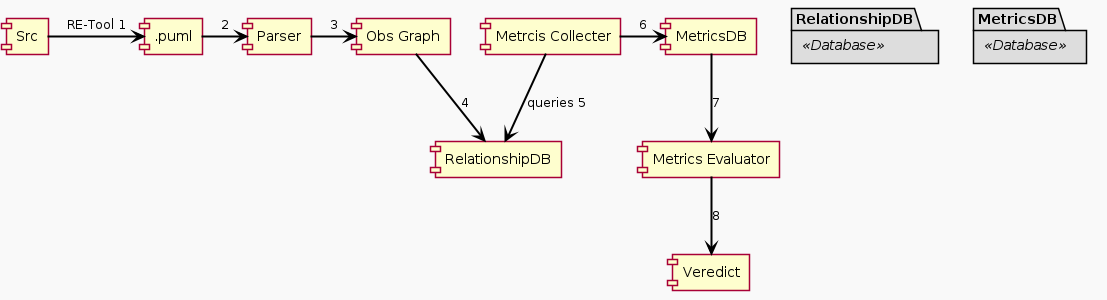
Above: Desing/ComunicationDiagram.png in GonzaloGarciaZurlo/CodeDesignDeltaEvaluator (PlantUML), before the change.
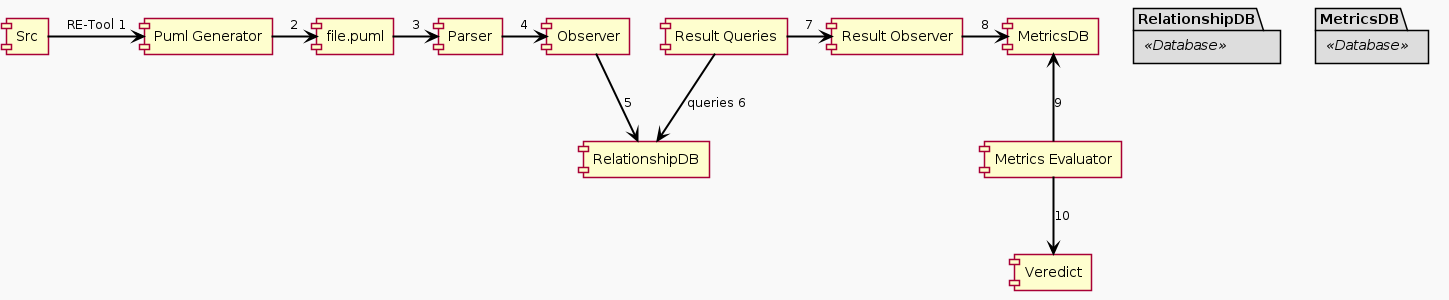
The same file after the commit.

What changed in the source:
```diff
@@ -14,13 +14,15 @@
 
 }
 
-[Src] -> [.puml] : RE-Tool 1
-[.puml] -> [Parser] : 2
-[Parser] -> [Obs Graph] : 3
-[Obs Graph] --> [RelationshipDB] : 4
-[Metrcis Collecter] --> [RelationshipDB] : queries 5
-[Metrcis Collecter] -> [MetricsDB] : 6
-[MetricsDB] --> [Metrics Evaluator] : 7
-[Metrics Evaluator] --> [Veredict] : 8
+[Src] -> [Puml Generator] : RE-Tool 1
+[Puml Generator] -> [file.puml] : 2
+[file.puml] -> [Parser] : 3
+[Parser] -> [Observer] : 4
+[Observer] --> [RelationshipDB] : 5
+[Result Queries] --> [RelationshipDB] : queries 6
+[Result Queries] -> [Result Observer] : 7
+[Result Observer] -> [MetricsDB] : 8
+[MetricsDB] <-- [Metrics Evaluator] : 9
+[Metrics Evaluator] --> [Veredict] : 10
 
 @enduml
```
